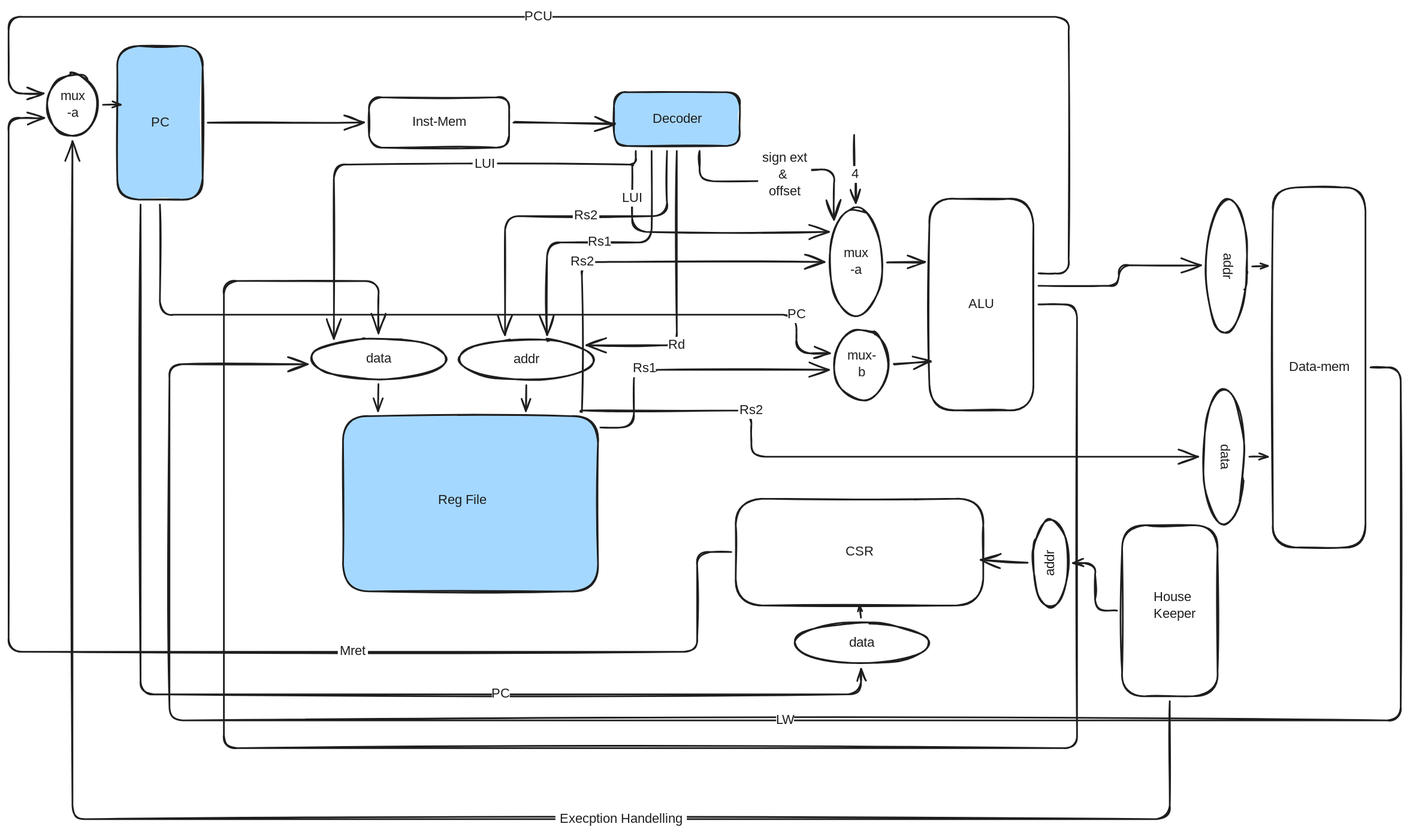
This is img/Overview.svg from thatdanish/RippleV, a Excalidraw export, as it was before one commit. Source tidied: one line per element, renumbered; positions are measured from the earlier drawing's top-left corner, leaving out a move shared by most shapes.
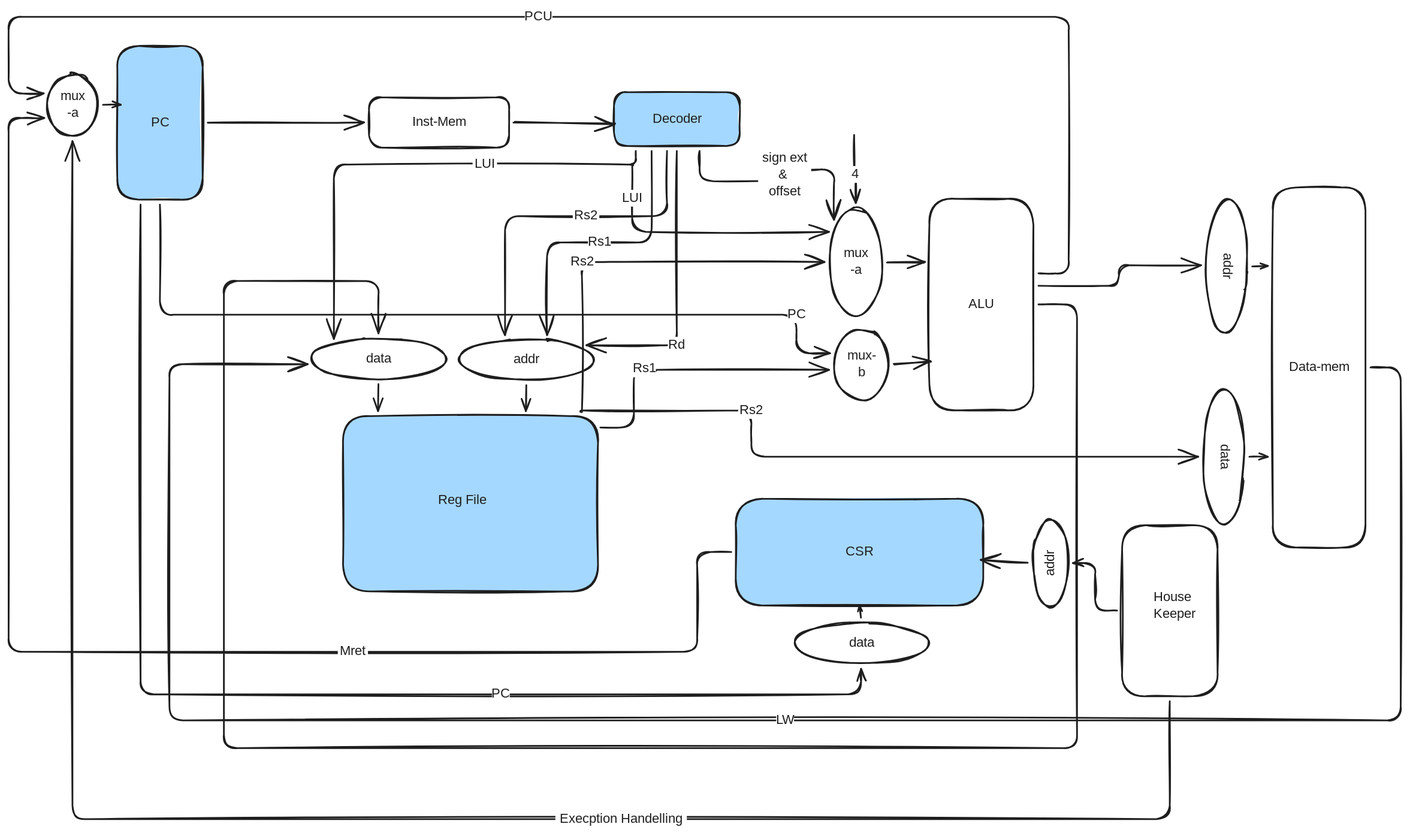
Later version of the same file.

The edit, as a diff of the source:
```diff
@@ -54,7 +54,7 @@
 {"id": 53, "type": "text", "text": "Rs1", "strokeColor": "#1e1e1e", "strokeWidth": 2, "roughness": 1, "fontSize": 16, "fontFamily": 5, "textAlign": "center", "verticalAlign": "middle", "inside": 52, "x": 781, "y": 473, "width": 27, "height": 20}
 {"id": 54, "type": "arrow", "strokeColor": "#1e1e1e", "strokeWidth": 2, "roughness": 1, "endArrowhead": "arrow", "from": 13, "to": 45, "x": 682, "y": 487, "width": 736, "height": 55, "points": [[0, 0], [0, -2], [204, -2], [204, 53], [736, 53]]}
 {"id": 55, "type": "text", "text": "Rs2", "strokeColor": "#1e1e1e", "strokeWidth": 2, "roughness": 1, "fontSize": 16, "fontFamily": 5, "textAlign": "center", "verticalAlign": "middle", "inside": 54, "x": 870, "y": 475, "width": 32, "height": 20}
-{"id": 56, "type": "rectangle", "strokeColor": "#1e1e1e", "strokeWidth": 2, "roughness": 1, "round": true, "x": 867, "y": 591, "width": 295, "height": 127}
+{"id": 56, "type": "rectangle", "strokeColor": "#1e1e1e", "backgroundColor": "#a5d8ff", "fillStyle": "solid", "strokeWidth": 2, "roughness": 1, "round": true, "x": 867, "y": 591, "width": 295, "height": 127}
 {"id": 57, "type": "text", "text": "CSR", "strokeColor": "#1e1e1e", "strokeWidth": 2, "roughness": 1, "fontSize": 16, "fontFamily": 5, "textAlign": "center", "verticalAlign": "middle", "inside": 56, "x": 998, "y": 644, "width": 32, "height": 20}
 {"id": 58, "type": "arrow", "strokeColor": "#1e1e1e", "strokeWidth": 2, "roughness": 1, "endArrowhead": "arrow", "from": 26, "to": 60, "x": 157, "y": 240, "width": 859, "height": 584, "points": [[0, 0], [0, 584], [859, 584], [859, 553]]}
 {"id": 59, "type": "text", "text": "PC", "strokeColor": "#1e1e1e", "strokeWidth": 2, "roughness": 1, "fontSize": 16, "fontFamily": 5, "textAlign": "center", "verticalAlign": "middle", "inside": 58, "x": 576, "y": 814, "width": 21, "height": 20}
```
